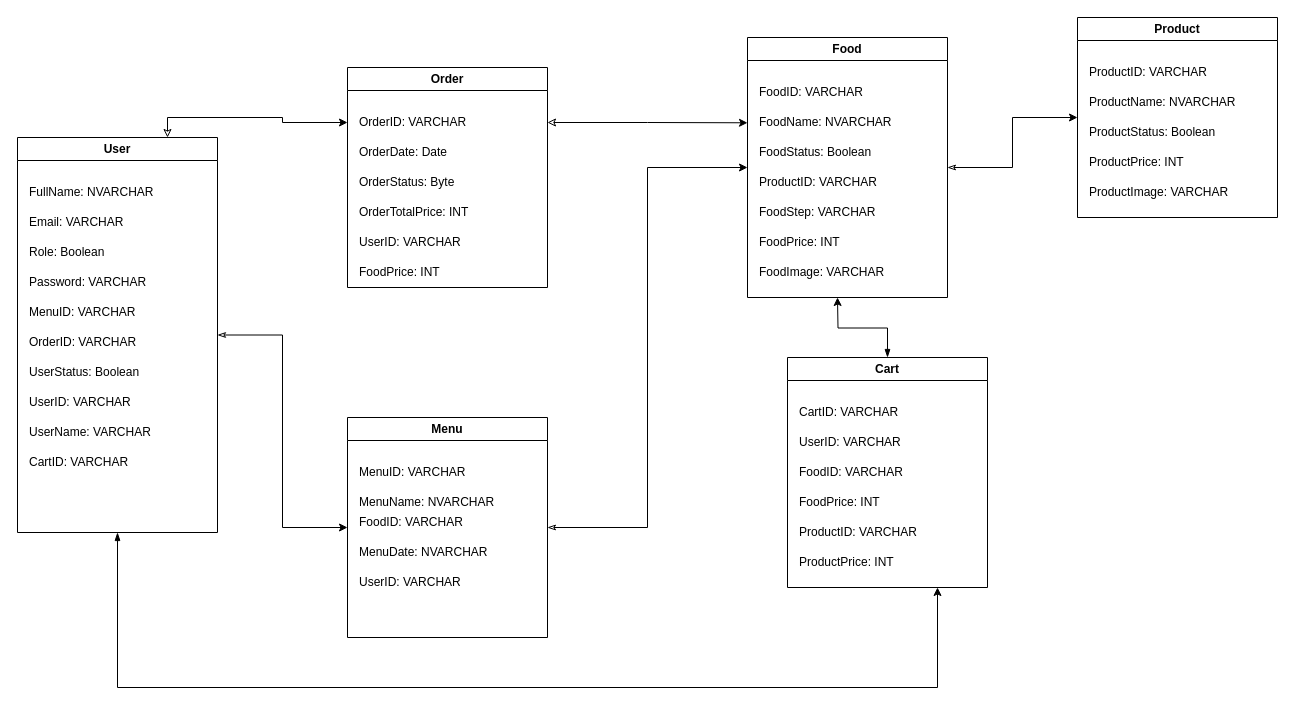
Earlier version of the draw.io diagram FoodyDone1.drawio (Tien-DT/Foody). Source tidied: cells renumbered, new cells numbered last; positions are measured from the earlier drawing's top-left corner, leaving out a move shared by most shapes. Both pictures are drawn from the tidied source at 100%, with x=0, y=0 at pixel (17, 17).
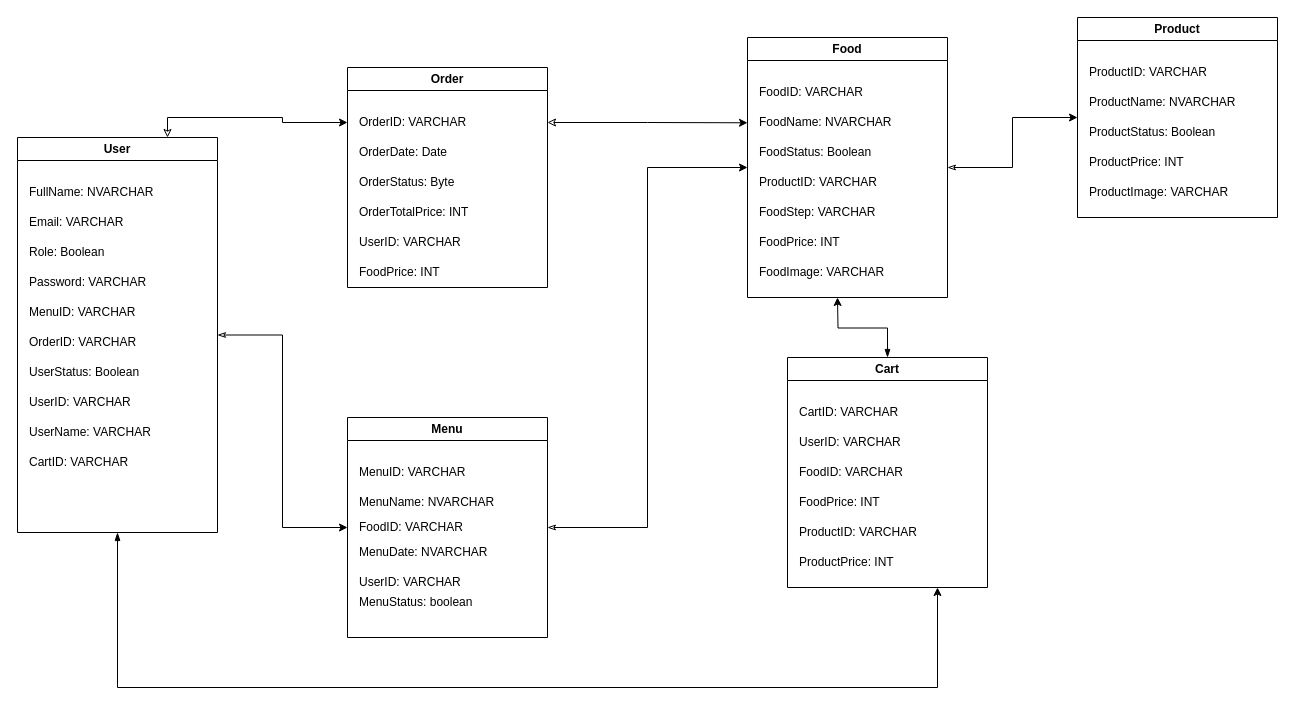
After the change.

Unchanged cells that the change refers to:
```xml
<mxCell id="17" value="Menu" style="swimlane;whiteSpace=wrap;html=1;" parent="1" vertex="1">
  <mxGeometry x="330" y="400" width="200" height="220" as="geometry" />
</mxCell>
```

What changed in the source:
```diff
@@
     <mxCell id="19" value="FoodID: VARCHAR" style="text;html=1;align=left;verticalAlign=middle;whiteSpace=wrap;rounded=0;" parent="17" vertex="1">
-      <mxGeometry x="10" y="90" width="160" height="30" as="geometry" />
+      <mxGeometry x="10" y="95" width="160" height="30" as="geometry" />
     </mxCell>
@@
+    <mxCell id="54" value="MenuStatus: boolean" style="text;html=1;align=left;verticalAlign=middle;whiteSpace=wrap;rounded=0;" parent="17" vertex="1">
+      <mxGeometry x="10" y="170" width="160" height="30" as="geometry" />
+    </mxCell>
```
